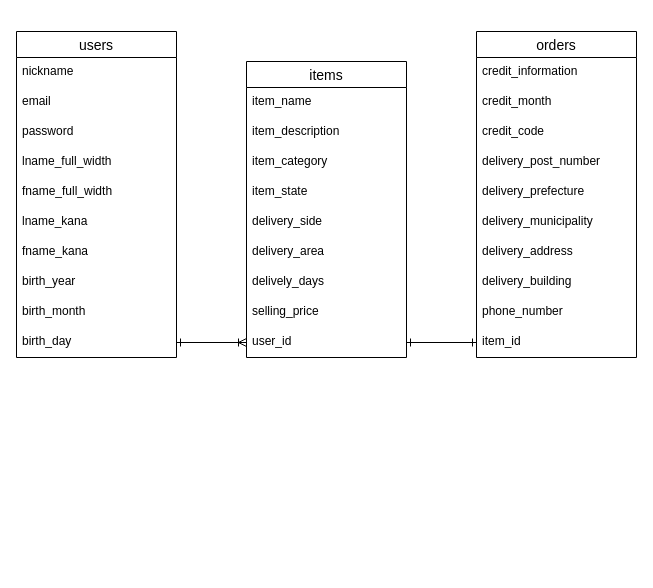
The draw.io diagram furima.dio in ama-01311/furima-33935, before the edit. Source tidied: cells renumbered, new cells numbered last; positions are measured from the earlier drawing's top-left corner, leaving out a move shared by most shapes. Both pictures are drawn from the tidied source at 100%, with x=0, y=0 at pixel (16, 31).
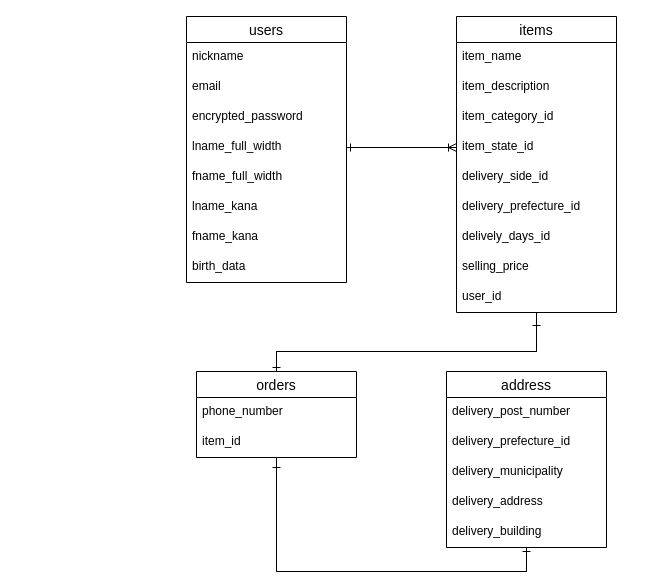
Above is the later version.

Commit message (it also covers changes not shown here):
ER図・README修正

The change refers to these unchanged cells:
```xml
<mxCell id="6" value="lname_full_width" style="text;strokeColor=none;fillColor=none;spacingLeft=4;spacingRight=4;overflow=hidden;points=[[0,0.5],[1,0.5]];portConstraint=eastwest;fontSize=12;" parent="2" vertex="1">
  <mxGeometry y="116" width="160" height="30" as="geometry" />
</mxCell>
<mxCell id="22" value="user_id" style="text;strokeColor=none;fillColor=none;spacingLeft=4;spacingRight=4;overflow=hidden;points=[[0,0.5],[1,0.5]];portConstraint=eastwest;fontSize=12;" parent="13" vertex="1">
  <mxGeometry y="266" width="160" height="30" as="geometry" />
</mxCell>
```

Diff of the diagram source:
```diff
@@
     <mxCell id="2" value="users" style="swimlane;fontStyle=0;horizontal=1;startSize=26;align=center;fontSize=14;" parent="1" vertex="1">
-      <mxGeometry width="160" height="326" as="geometry" />
+      <mxGeometry x="170" y="-15" width="160" height="266" as="geometry" />
     </mxCell>
@@
-    <mxCell id="5" value="password" style="text;strokeColor=none;fillColor=none;spacingLeft=4;spacingRight=4;overflow=hidden;fontSize=12;" parent="2" vertex="1">
+    <mxCell id="5" value="encrypted_password" style="text;strokeColor=none;fillColor=none;spacingLeft=4;spacingRight=4;overflow=hidden;fontSize=12;" parent="2" vertex="1">
       <mxGeometry y="86" width="160" height="30" as="geometry" />
     </mxCell>
@@
-    <mxCell id="10" value="birth_year" style="text;strokeColor=none;fillColor=none;spacingLeft=4;spacingRight=4;overflow=hidden;fontSize=12;" parent="2" vertex="1">
+    <mxCell id="10" value="birth_data" style="text;strokeColor=none;fillColor=none;spacingLeft=4;spacingRight=4;overflow=hidden;fontSize=12;" parent="2" vertex="1">
       <mxGeometry y="236" width="160" height="30" as="geometry" />
     </mxCell>
-    <mxCell id="11" value="birth_month" style="text;strokeColor=none;fillColor=none;spacingLeft=4;spacingRight=4;overflow=hidden;fontSize=12;" parent="2" vertex="1">
-      <mxGeometry y="266" width="160" height="30" as="geometry" />
-    </mxCell>
-    <mxCell id="12" value="birth_day" style="text;strokeColor=none;fillColor=none;spacingLeft=4;spacingRight=4;overflow=hidden;points=[[0,0.5],[1,0.5]];portConstraint=eastwest;fontSize=12;" parent="2" vertex="1">
-      <mxGeometry y="296" width="160" height="30" as="geometry" />
-    </mxCell>
+    <mxCell id="38" style="edgeStyle=orthogonalEdgeStyle;rounded=0;jettySize=auto;html=1;entryX=0.5;entryY=0;entryDx=0;entryDy=0;endArrow=ERone;endFill=0;" parent="1" edge="1" source="13" target="23">
+      <mxGeometry relative="1" as="geometry">
+        <Array as="points">
+          <mxPoint x="520" y="320" />
+          <mxPoint x="260" y="320" />
+        </Array>
+      </mxGeometry>
+    </mxCell>
     <mxCell id="13" value="items" style="swimlane;fontStyle=0;horizontal=1;startSize=26;align=center;fontSize=14;" parent="1" vertex="1">
-      <mxGeometry x="230" y="30" width="160" height="296" as="geometry" />
+      <mxGeometry x="440" y="-15" width="160" height="296" as="geometry" />
     </mxCell>
@@
-    <mxCell id="16" value="item_category" style="text;strokeColor=none;fillColor=none;spacingLeft=4;spacingRight=4;overflow=hidden;fontSize=12;" parent="13" vertex="1">
+    <mxCell id="16" value="item_category_id" style="text;strokeColor=none;fillColor=none;spacingLeft=4;spacingRight=4;overflow=hidden;fontSize=12;" parent="13" vertex="1">
       <mxGeometry y="86" width="160" height="30" as="geometry" />
     </mxCell>
-    <mxCell id="17" value="item_state" style="text;strokeColor=none;fillColor=none;spacingLeft=4;spacingRight=4;overflow=hidden;points=[[0,0.5],[1,0.5]];portConstraint=eastwest;fontSize=12;" parent="13" vertex="1">
+    <mxCell id="17" value="item_state_id" style="text;strokeColor=none;fillColor=none;spacingLeft=4;spacingRight=4;overflow=hidden;points=[[0,0.5],[1,0.5]];portConstraint=eastwest;fontSize=12;" parent="13" vertex="1">
       <mxGeometry y="116" width="160" height="30" as="geometry" />
     </mxCell>
-    <mxCell id="18" value="delivery_side" style="text;strokeColor=none;fillColor=none;spacingLeft=4;spacingRight=4;overflow=hidden;fontSize=12;" parent="13" vertex="1">
+    <mxCell id="18" value="delivery_side_id" style="text;strokeColor=none;fillColor=none;spacingLeft=4;spacingRight=4;overflow=hidden;fontSize=12;" parent="13" vertex="1">
       <mxGeometry y="146" width="160" height="30" as="geometry" />
     </mxCell>
-    <mxCell id="19" value="delivery_area" style="text;strokeColor=none;fillColor=none;spacingLeft=4;spacingRight=4;overflow=hidden;fontSize=12;" parent="13" vertex="1">
+    <mxCell id="19" value="delivery_prefecture_id" style="text;strokeColor=none;fillColor=none;spacingLeft=4;spacingRight=4;overflow=hidden;fontSize=12;" parent="13" vertex="1">
       <mxGeometry y="176" width="160" height="30" as="geometry" />
     </mxCell>
-    <mxCell id="20" value="delively_days" style="text;strokeColor=none;fillColor=none;spacingLeft=4;spacingRight=4;overflow=hidden;fontSize=12;" parent="13" vertex="1">
+    <mxCell id="20" value="delively_days_id" style="text;strokeColor=none;fillColor=none;spacingLeft=4;spacingRight=4;overflow=hidden;fontSize=12;" parent="13" vertex="1">
       <mxGeometry y="206" width="160" height="30" as="geometry" />
     </mxCell>
@@
+    <mxCell id="39" style="edgeStyle=orthogonalEdgeStyle;rounded=0;jettySize=auto;html=1;exitX=0.5;exitY=0;exitDx=0;exitDy=0;endArrow=ERone;endFill=0;" parent="1" edge="1" source="23">
+      <mxGeometry relative="1" as="geometry">
+        <mxPoint x="520" y="290" as="targetPoint" />
+        <Array as="points">
+          <mxPoint x="260" y="320" />
+          <mxPoint x="520" y="320" />
+        </Array>
+      </mxGeometry>
+    </mxCell>
+    <mxCell id="40" style="edgeStyle=orthogonalEdgeStyle;rounded=0;jettySize=auto;html=1;endArrow=ERone;endFill=0;" parent="1" edge="1" source="23" target="31">
+      <mxGeometry relative="1" as="geometry">
+        <Array as="points">
+          <mxPoint x="260" y="540" />
+          <mxPoint x="510" y="540" />
+        </Array>
+      </mxGeometry>
+    </mxCell>
     <mxCell id="23" value="orders" style="swimlane;fontStyle=0;horizontal=1;startSize=26;align=center;fontSize=14;" parent="1" vertex="1">
-      <mxGeometry x="460" width="160" height="326" as="geometry" />
+      <mxGeometry x="180" y="340" width="160" height="86" as="geometry" />
     </mxCell>
-    <mxCell id="24" value="credit_information" style="text;strokeColor=none;fillColor=none;spacingLeft=4;spacingRight=4;overflow=hidden;fontSize=12;" parent="23" vertex="1">
-      <mxGeometry y="26" width="160" height="30" as="geometry" />
-    </mxCell>
-    <mxCell id="25" value="credit_month" style="text;strokeColor=none;fillColor=none;spacingLeft=4;spacingRight=4;overflow=hidden;fontSize=12;" parent="23" vertex="1">
-      <mxGeometry y="56" width="160" height="30" as="geometry" />
-    </mxCell>
-    <mxCell id="26" value="credit_code" style="text;strokeColor=none;fillColor=none;spacingLeft=4;spacingRight=4;overflow=hidden;fontSize=12;" parent="23" vertex="1">
-      <mxGeometry y="86" width="160" height="30" as="geometry" />
-    </mxCell>
+    <mxCell id="32" value="phone_number" style="text;strokeColor=none;fillColor=none;spacingLeft=4;spacingRight=4;overflow=hidden;fontSize=12;" parent="23" vertex="1">
+      <mxGeometry y="26" width="160" height="30" as="geometry" />
+    </mxCell>
+    <mxCell id="33" value="item_id" style="text;strokeColor=none;fillColor=none;spacingLeft=4;spacingRight=4;overflow=hidden;points=[[0,0.5],[1,0.5]];portConstraint=eastwest;fontSize=12;" parent="23" vertex="1">
+      <mxGeometry y="56" width="160" height="30" as="geometry" />
+    </mxCell>
+    <mxCell id="41" style="edgeStyle=orthogonalEdgeStyle;rounded=0;jettySize=auto;html=1;endArrow=ERone;endFill=0;" parent="1" edge="1" source="42">
+      <mxGeometry relative="1" as="geometry">
+        <mxPoint x="260" y="440" as="targetPoint" />
+        <Array as="points">
+          <mxPoint x="510" y="540" />
+          <mxPoint x="260" y="540" />
+          <mxPoint x="260" y="428" />
+        </Array>
+      </mxGeometry>
+    </mxCell>
+    <mxCell id="42" value="address" style="swimlane;fontStyle=0;horizontal=1;startSize=26;align=center;fontSize=14;" parent="1" vertex="1">
+      <mxGeometry x="430" y="340" width="160" height="176" as="geometry" />
+    </mxCell>
-    <mxCell id="27" value="delivery_post_number" style="text;strokeColor=none;fillColor=none;spacingLeft=4;spacingRight=4;overflow=hidden;fontSize=12;" parent="23" vertex="1">
-      <mxGeometry y="116" width="160" height="30" as="geometry" />
+    <mxCell id="27" value="delivery_post_number" style="text;strokeColor=none;fillColor=none;spacingLeft=4;spacingRight=4;overflow=hidden;fontSize=12;" parent="42" vertex="1">
+      <mxGeometry y="26" width="160" height="30" as="geometry" />
     </mxCell>
-    <mxCell id="28" value="delivery_prefecture" style="text;strokeColor=none;fillColor=none;spacingLeft=4;spacingRight=4;overflow=hidden;fontSize=12;" parent="23" vertex="1">
-      <mxGeometry y="146" width="160" height="30" as="geometry" />
-    </mxCell>
+    <mxCell id="43" value="delivery_prefecture_id" style="text;strokeColor=none;fillColor=none;spacingLeft=4;spacingRight=4;overflow=hidden;fontSize=12;" parent="42" vertex="1">
+      <mxGeometry y="56" width="160" height="30" as="geometry" />
+    </mxCell>
-    <mxCell id="29" value="delivery_municipality" style="text;strokeColor=none;fillColor=none;spacingLeft=4;spacingRight=4;overflow=hidden;fontSize=12;" parent="23" vertex="1">
-      <mxGeometry y="176" width="160" height="30" as="geometry" />
+    <mxCell id="29" value="delivery_municipality" style="text;strokeColor=none;fillColor=none;spacingLeft=4;spacingRight=4;overflow=hidden;fontSize=12;" parent="42" vertex="1">
+      <mxGeometry y="86" width="160" height="30" as="geometry" />
     </mxCell>
-    <mxCell id="30" value="delivery_address" style="text;strokeColor=none;fillColor=none;spacingLeft=4;spacingRight=4;overflow=hidden;fontSize=12;" parent="23" vertex="1">
-      <mxGeometry y="206" width="160" height="30" as="geometry" />
+    <mxCell id="30" value="delivery_address" style="text;strokeColor=none;fillColor=none;spacingLeft=4;spacingRight=4;overflow=hidden;fontSize=12;" parent="42" vertex="1">
+      <mxGeometry y="116" width="160" height="30" as="geometry" />
     </mxCell>
-    <mxCell id="31" value="delivery_building" style="text;strokeColor=none;fillColor=none;spacingLeft=4;spacingRight=4;overflow=hidden;points=[[0,0.5],[1,0.5]];portConstraint=eastwest;fontSize=12;" parent="23" vertex="1">
-      <mxGeometry y="236" width="160" height="30" as="geometry" />
+    <mxCell id="31" value="delivery_building" style="text;strokeColor=none;fillColor=none;spacingLeft=4;spacingRight=4;overflow=hidden;points=[[0,0.5],[1,0.5]];portConstraint=eastwest;fontSize=12;" parent="42" vertex="1">
+      <mxGeometry y="146" width="160" height="30" as="geometry" />
     </mxCell>
-    <mxCell id="32" value="phone_number" style="text;strokeColor=none;fillColor=none;spacingLeft=4;spacingRight=4;overflow=hidden;fontSize=12;" parent="23" vertex="1">
-      <mxGeometry y="266" width="160" height="30" as="geometry" />
-    </mxCell>
-    <mxCell id="33" value="item_id" style="text;strokeColor=none;fillColor=none;spacingLeft=4;spacingRight=4;overflow=hidden;points=[[0,0.5],[1,0.5]];portConstraint=eastwest;fontSize=12;" parent="23" vertex="1">
-      <mxGeometry y="296" width="160" height="30" as="geometry" />
-    </mxCell>
-    <mxCell id="34" style="rounded=0;jettySize=auto;html=1;entryX=0;entryY=0.5;entryDx=0;entryDy=0;endArrow=ERoneToMany;endFill=0;" parent="1" edge="1" source="12" target="22">
-      <mxGeometry relative="1" as="geometry" />
-    </mxCell>
-    <mxCell id="35" style="edgeStyle=none;rounded=0;jettySize=auto;html=1;entryX=0;entryY=0.5;entryDx=0;entryDy=0;endArrow=ERone;endFill=0;" parent="1" edge="1" source="22" target="33">
-      <mxGeometry relative="1" as="geometry" />
-    </mxCell>
-    <mxCell id="36" style="edgeStyle=none;rounded=0;jettySize=auto;html=1;endArrow=ERone;endFill=0;" parent="1" edge="1" source="33">
-      <mxGeometry relative="1" as="geometry">
-        <mxPoint x="390" y="311" as="targetPoint" />
-      </mxGeometry>
-    </mxCell>
-    <mxCell id="37" style="edgeStyle=none;rounded=0;jettySize=auto;html=1;endArrow=ERone;endFill=0;" parent="1" edge="1" source="22">
-      <mxGeometry relative="1" as="geometry">
-        <mxPoint x="160" y="311" as="targetPoint" />
-      </mxGeometry>
-    </mxCell>
+    <mxCell id="44" style="edgeStyle=orthogonalEdgeStyle;rounded=0;jettySize=auto;html=1;exitX=1;exitY=0.5;exitDx=0;exitDy=0;entryX=0;entryY=0.5;entryDx=0;entryDy=0;endArrow=ERoneToMany;endFill=0;" parent="1" edge="1" source="6" target="17">
+      <mxGeometry relative="1" as="geometry" />
+    </mxCell>
+    <mxCell id="45" style="edgeStyle=orthogonalEdgeStyle;rounded=0;jettySize=auto;html=1;exitX=0;exitY=0.5;exitDx=0;exitDy=0;endArrow=ERone;endFill=0;" parent="1" edge="1" source="17">
+      <mxGeometry relative="1" as="geometry">
+        <mxPoint x="330" y="116" as="targetPoint" />
+      </mxGeometry>
+    </mxCell>
```
